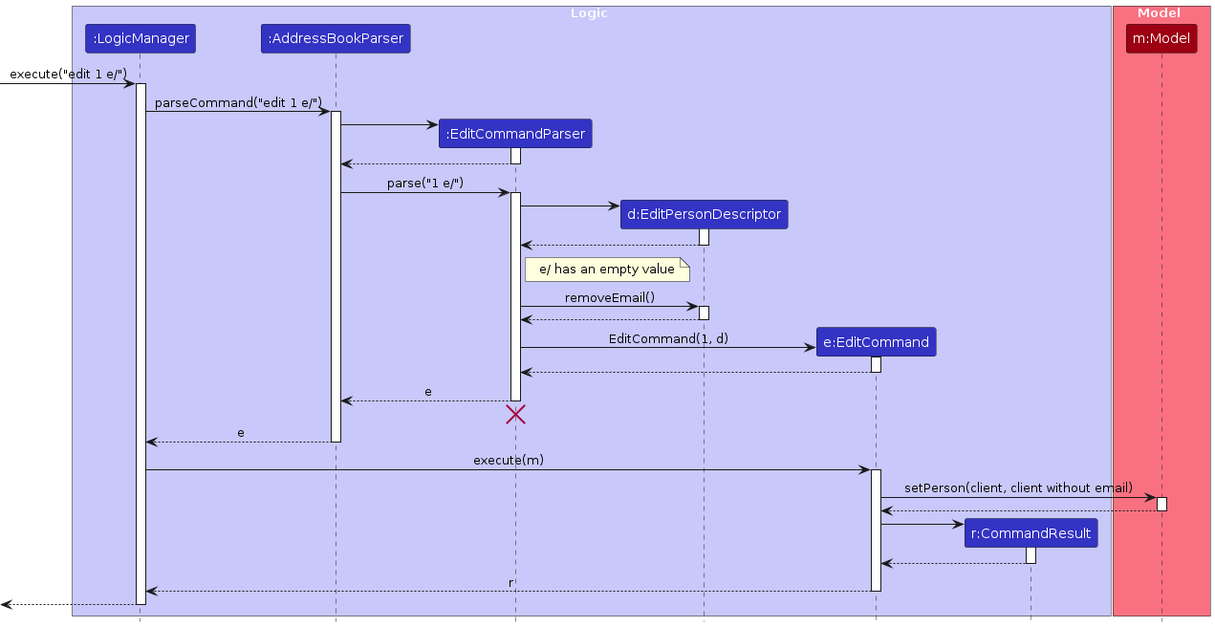
AY2627S1-CS2103T-F14a-2/tp keeps this PlantUML diagram as diagrams/EditRemoveEmailSequenceDiagram.png. Above is the earlier version. Its source is kept beside it as diagrams/EditRemoveEmailSequenceDiagram.puml.
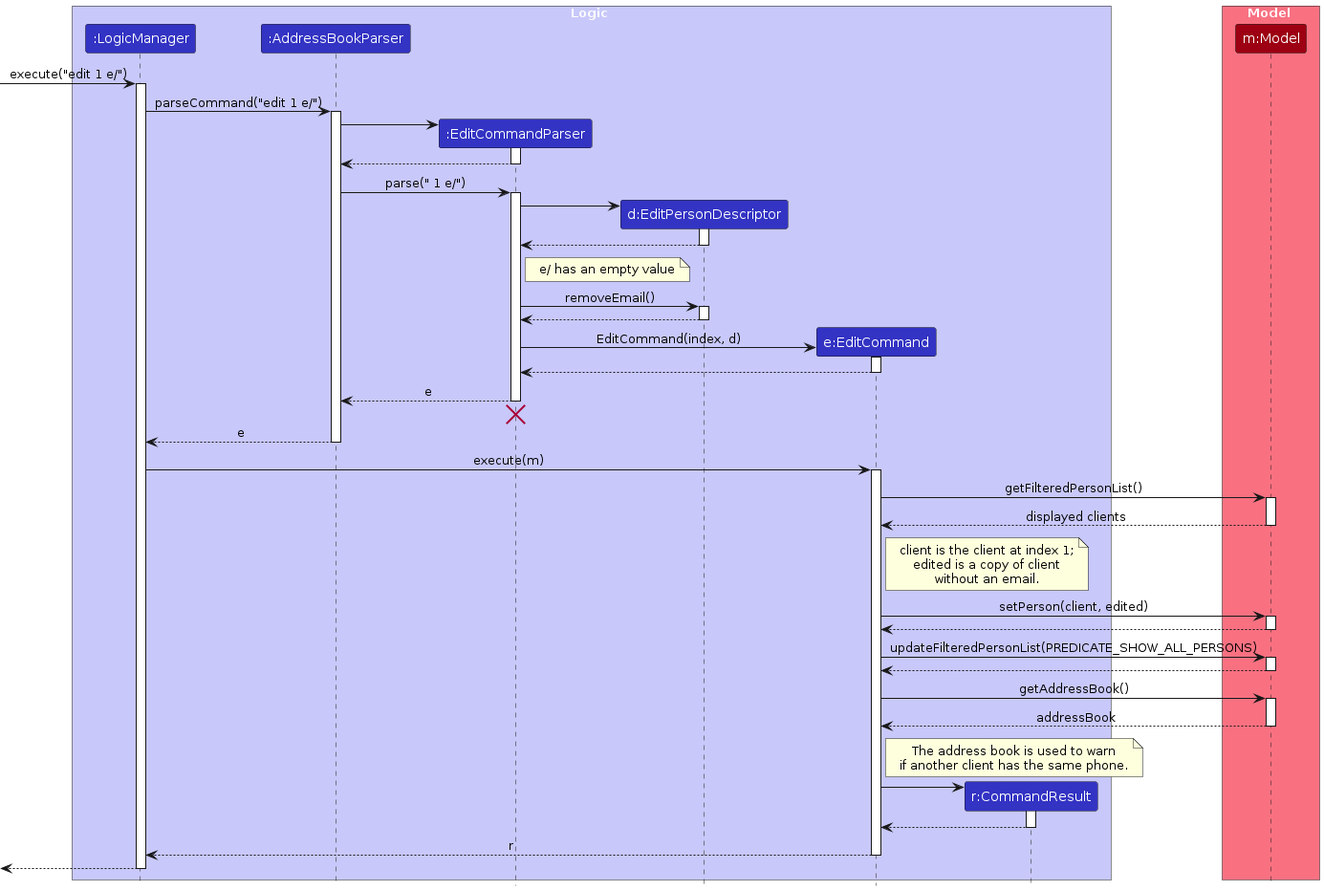
Later version of the same file.

What changed in the source:
```diff
@@ -28,7 +28,7 @@
 EditCommandParser --> AddressBookParser
 deactivate EditCommandParser
 
-AddressBookParser -> EditCommandParser : parse("1 e/")
+AddressBookParser -> EditCommandParser : parse(" 1 e/")
 activate EditCommandParser
 
 create EditPersonDescriptor
@@ -46,7 +46,7 @@
 deactivate EditPersonDescriptor
 
 create EditCommand
-EditCommandParser -> EditCommand : EditCommand(1, d)
+EditCommandParser -> EditCommand : EditCommand(index, d)
 activate EditCommand
 
 EditCommand --> EditCommandParser
@@ -63,11 +63,40 @@
 LogicManager -> EditCommand : execute(m)
 activate EditCommand
 
-EditCommand -> Model : setPerson(client, client without email)
+EditCommand -> Model : getFilteredPersonList()
+activate Model
+
+Model --> EditCommand : displayed clients
+deactivate Model
+
+note right of EditCommand
+  client is the client at index 1;
+  edited is a copy of client
+  without an email.
+end note
+
+EditCommand -> Model : setPerson(client, edited)
 activate Model
 
 Model --> EditCommand
 deactivate Model
+
+EditCommand -> Model : updateFilteredPersonList(PREDICATE_SHOW_ALL_PERSONS)
+activate Model
+
+Model --> EditCommand
+deactivate Model
+
+EditCommand -> Model : getAddressBook()
+activate Model
+
+Model --> EditCommand : addressBook
+deactivate Model
+
+note right of EditCommand
+  The address book is used to warn
+  if another client has the same phone.
+end note
 
 create CommandResult
 EditCommand -> CommandResult
```
